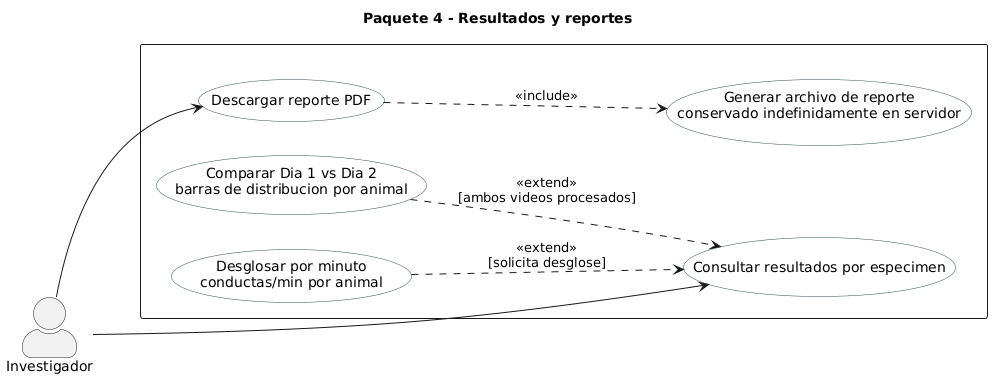
The PlantUML diagram figures/mermaid/cu_paquete4.png in ErickJester/fst-ai-system-latex, before a commit.
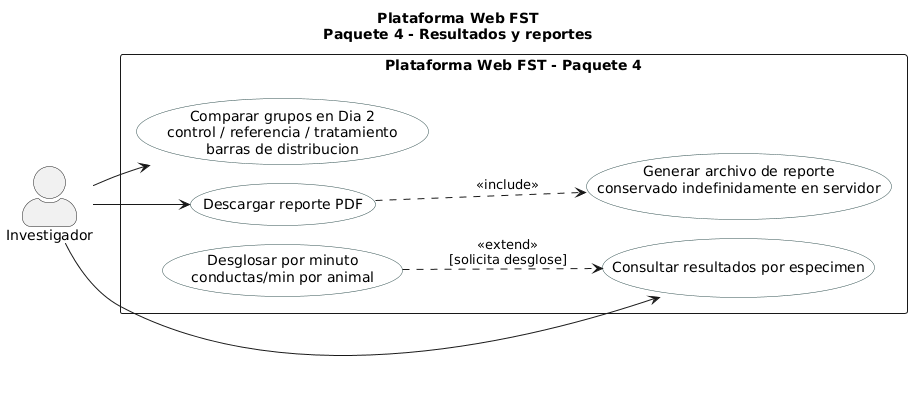
Later version of the same file.

Change to the diagram source:
```diff
@@ -1,6 +1,6 @@
 @startuml
-Title Paquete 4 - Resultados y reportes
-
+!pragma layout smetana
+title Plataforma Web FST\nPaquete 4 - Resultados y reportes
 left to right direction
 skinparam packageStyle rectangle
 skinparam actorStyle awesome
@@ -8,22 +8,17 @@
   BackgroundColor White
   BorderColor DarkSlateGray
 }
-
 actor "Investigador" as INV
-
-rectangle " " {
+rectangle "Plataforma Web FST - Paquete 4" {
   usecase "Consultar resultados por especimen" as UC41
   usecase "Desglosar por minuto\nconductas/min por animal" as UC42
-  usecase "Comparar Dia 1 vs Dia 2\nbarras de distribucion por animal" as UC43
+  usecase "Comparar grupos en Dia 2\ncontrol / referencia / tratamiento\nbarras de distribucion" as UC43
   usecase "Descargar reporte PDF" as UC45
   usecase "Generar archivo de reporte\nconservado indefinidamente en servidor" as UC46
 }
-
 INV --> UC41
+INV --> UC43
 INV --> UC45
-
 UC42 ..> UC41 : <<extend>>\n[solicita desglose]
-UC43 ..> UC41 : <<extend>>\n[ambos videos procesados]
-
 UC45 ..> UC46 : <<include>>
 @enduml
```
